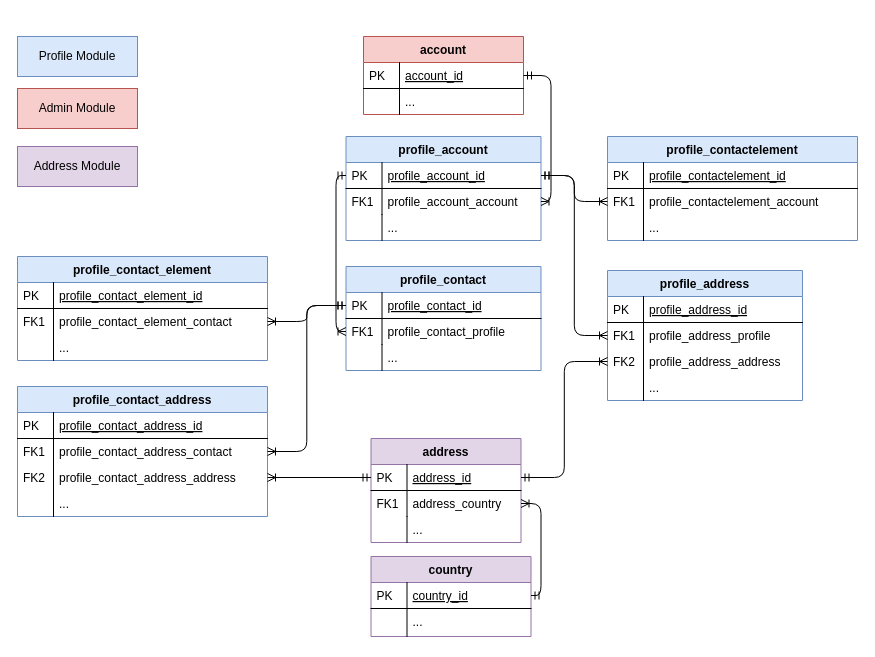
Before: page "profile" (3 of 7) of app/UML.drawio in Karaka-Management/Assets, a draw.io diagram. Source tidied: cells renumbered, new cells numbered last; positions are measured from the earlier drawing's top-left corner, leaving out a move shared by most shapes. Both pictures are drawn from the tidied source at 100%, with x=0, y=0 at pixel (17, 36).
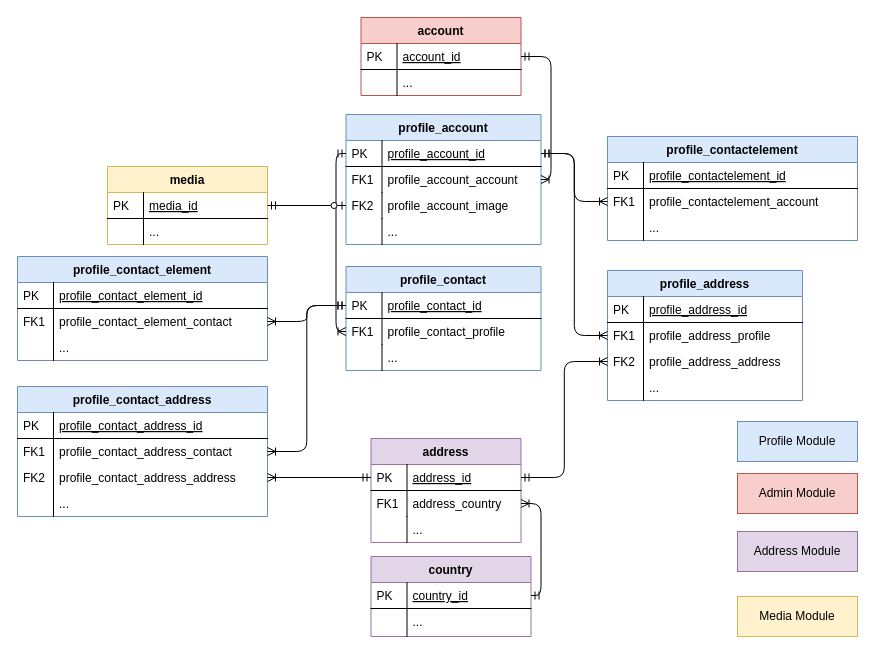
After the change.

Commit message:
add media to profile uml

Change to the diagram source:
```diff
@@
     <mxCell id="2" value="account" style="swimlane;fontStyle=1;horizontal=1;startSize=26;rounded=0;shadow=0;strokeWidth=1;fillColor=#f8cecc;strokeColor=#b85450;" parent="1" vertex="1">
-      <mxGeometry x="346" width="160" height="78" as="geometry" />
+      <mxGeometry x="343.5" y="-19" width="160" height="78" as="geometry" />
     </mxCell>
@@
     <mxCell id="7" value="profile_account" style="swimlane;fontStyle=1;horizontal=1;startSize=26;rounded=0;shadow=0;strokeWidth=1;fillColor=#dae8fc;strokeColor=#6c8ebf;" parent="1" vertex="1">
-      <mxGeometry x="328.5" y="100" width="195" height="104" as="geometry" />
+      <mxGeometry x="328.5" y="78" width="195" height="130" as="geometry" />
     </mxCell>
@@
+    <mxCell id="77" value="profile_account_image" style="shape=partialRectangle;top=0;left=0;right=0;bottom=0;align=left;verticalAlign=top;fillColor=none;spacingLeft=40;spacingRight=4;overflow=hidden;points=[[0,0.5],[1,0.5]];portConstraint=eastwest;rounded=0;shadow=0;strokeWidth=1;" parent="7" vertex="1">
+      <mxGeometry y="78" width="195" height="26" as="geometry" />
+    </mxCell>
+    <mxCell id="78" value="FK2" style="shape=partialRectangle;top=0;left=0;bottom=0;fillColor=none;align=left;verticalAlign=top;spacingLeft=4;spacingRight=4;overflow=hidden;" parent="77" vertex="1">
+      <mxGeometry width="36" height="26" as="geometry" />
+    </mxCell>
     <mxCell id="12" value="..." style="shape=partialRectangle;top=0;left=0;right=0;bottom=0;align=left;verticalAlign=top;fillColor=none;spacingLeft=40;spacingRight=4;overflow=hidden;rounded=0;shadow=0;strokeWidth=1;" parent="7" vertex="1">
-      <mxGeometry y="78" width="195" height="26" as="geometry" />
+      <mxGeometry y="104" width="195" height="26" as="geometry" />
     </mxCell>
@@
     <mxCell id="57" value="Admin Module" style="rounded=0;whiteSpace=wrap;html=1;fillColor=#f8cecc;strokeColor=#b85450;" parent="1" vertex="1">
-      <mxGeometry y="52" width="120" height="40" as="geometry" />
+      <mxGeometry x="720" y="437" width="120" height="40" as="geometry" />
     </mxCell>
     <mxCell id="58" value="Profile Module" style="rounded=0;whiteSpace=wrap;html=1;fillColor=#dae8fc;strokeColor=#6c8ebf;" parent="1" vertex="1">
-      <mxGeometry width="120" height="40" as="geometry" />
+      <mxGeometry x="720" y="385" width="120" height="40" as="geometry" />
     </mxCell>
     <mxCell id="59" value="Address Module" style="rounded=0;whiteSpace=wrap;html=1;fillColor=#e1d5e7;strokeColor=#9673a6;" parent="1" vertex="1">
-      <mxGeometry y="110" width="120" height="40" as="geometry" />
+      <mxGeometry x="720" y="495" width="120" height="40" as="geometry" />
     </mxCell>
@@
+    <mxCell id="79" value="media" style="swimlane;fontStyle=1;horizontal=1;startSize=26;rounded=0;shadow=0;strokeWidth=1;fillColor=#fff2cc;strokeColor=#d6b656;" parent="1" vertex="1">
+      <mxGeometry x="90" y="130" width="160" height="78" as="geometry" />
+    </mxCell>
+    <mxCell id="80" value="media_id" style="shape=partialRectangle;top=0;left=0;right=0;bottom=1;align=left;verticalAlign=top;fillColor=none;spacingLeft=40;spacingRight=4;overflow=hidden;rounded=0;shadow=0;strokeWidth=1;fontStyle=4;" parent="79" vertex="1">
+      <mxGeometry y="26" width="160" height="26" as="geometry" />
+    </mxCell>
+    <mxCell id="81" value="PK" style="shape=partialRectangle;top=0;left=0;bottom=0;fillColor=none;align=left;verticalAlign=top;spacingLeft=4;spacingRight=4;overflow=hidden;" parent="80" vertex="1">
+      <mxGeometry width="36" height="26" as="geometry" />
+    </mxCell>
+    <mxCell id="82" value="..." style="shape=partialRectangle;top=0;left=0;right=0;bottom=0;align=left;verticalAlign=top;fillColor=none;spacingLeft=40;spacingRight=4;overflow=hidden;rounded=0;shadow=0;strokeWidth=1;" parent="79" vertex="1">
+      <mxGeometry y="52" width="160" height="26" as="geometry" />
+    </mxCell>
+    <mxCell id="83" style="shape=partialRectangle;top=0;left=0;bottom=0;fillColor=none;align=left;verticalAlign=top;spacingLeft=4;spacingRight=4;overflow=hidden;" parent="82" vertex="1">
+      <mxGeometry width="36" height="26" as="geometry" />
+    </mxCell>
+    <mxCell id="84" style="edgeStyle=orthogonalEdgeStyle;fontSize=12;html=1;endArrow=ERzeroToOne;startArrow=ERmandOne;exitX=1;exitY=0.5;exitDx=0;exitDy=0;entryX=0;entryY=0.5;entryDx=0;entryDy=0;" parent="1" edge="1" source="79" target="77">
+      <mxGeometry relative="1" as="geometry" />
+    </mxCell>
+    <mxCell id="85" value="Media Module" style="rounded=0;whiteSpace=wrap;html=1;fillColor=#fff2cc;strokeColor=#d6b656;" parent="1" vertex="1">
+      <mxGeometry x="720" y="560" width="120" height="40" as="geometry" />
+    </mxCell>
```
